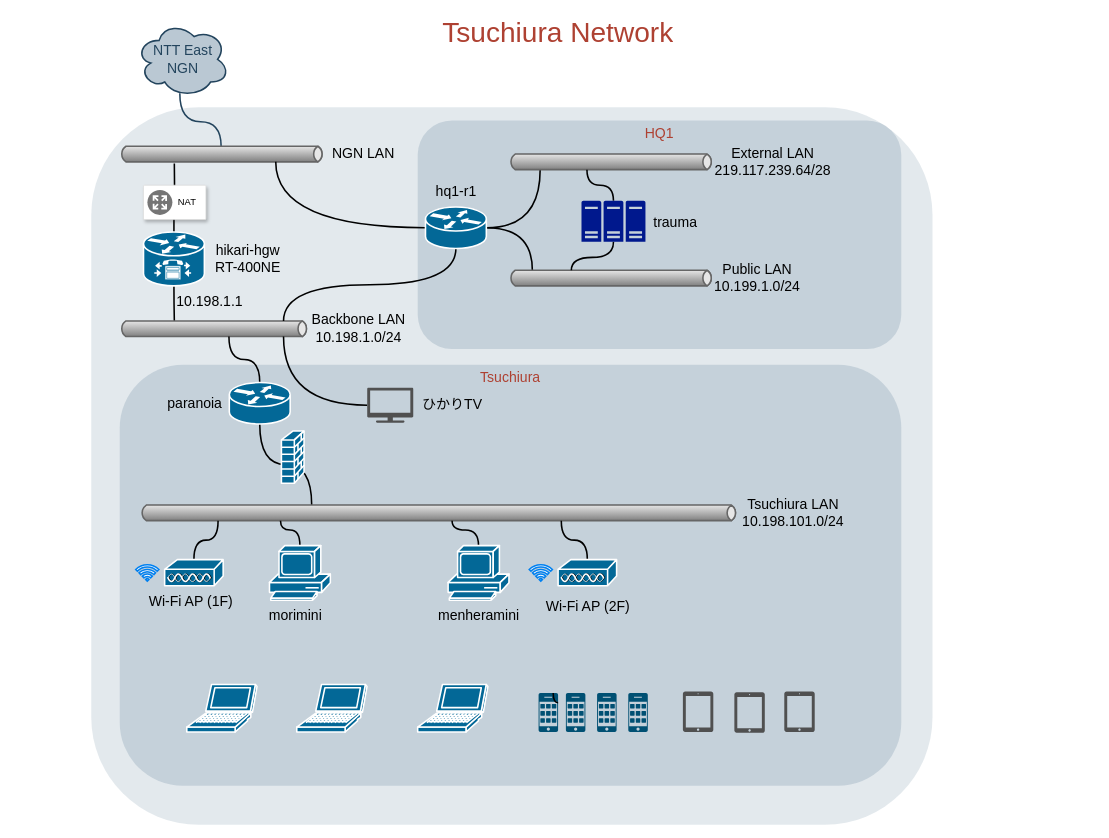
This is networking/Untitled Diagram.drawio from metastable-void/diagrams.net, a draw.io file, before an edit. Source tidied: cells renumbered, new cells numbered last; positions are measured from the earlier drawing's top-left corner, leaving out a move shared by most shapes. Both pictures are drawn from the tidied source at 78%, with x=0, y=0 at pixel (20, 13).
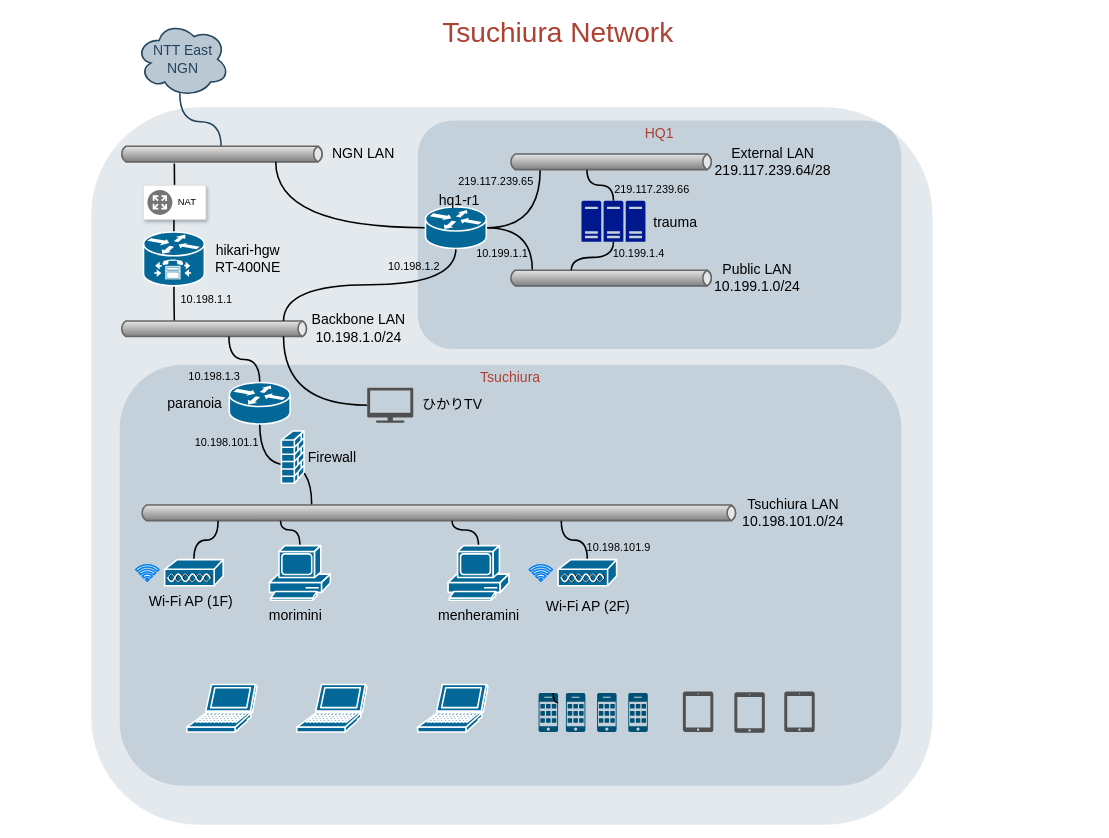
Above is the later version.

What changed in the source:
```diff
@@
     <mxCell id="35" value="hq1-r1" style="text;html=1;align=center;verticalAlign=middle;fillColor=none;strokeColor=none;rounded=0;fontSize=18;" parent="1" vertex="1">
-      <mxGeometry x="519" y="208" width="80" height="40" as="geometry" />
+      <mxGeometry x="523" y="220" width="80" height="40" as="geometry" />
     </mxCell>
@@
-    <mxCell id="42" value="10.198.1.1" style="text;html=1;align=center;verticalAlign=middle;fillColor=none;strokeColor=none;rounded=0;fontSize=18;" parent="1" vertex="1">
-      <mxGeometry x="188.1" y="349" width="110" height="40" as="geometry" />
+    <mxCell id="42" value="&lt;font style=&quot;font-size: 14px;&quot;&gt;10.198.1.1&lt;/font&gt;" style="text;html=1;align=center;verticalAlign=middle;fillColor=none;strokeColor=none;rounded=0;fontSize=18;" parent="1" vertex="1">
+      <mxGeometry x="194" y="344.5" width="90" height="40" as="geometry" />
     </mxCell>
@@
+    <mxCell id="69" value="Firewall" style="text;html=1;align=center;verticalAlign=middle;fillColor=none;strokeColor=none;rounded=0;fontSize=18;" parent="1" vertex="1">
+      <mxGeometry x="355.3" y="548.5" width="90" height="40" as="geometry" />
+    </mxCell>
+    <mxCell id="70" value="10.198.101.9" style="text;whiteSpace=wrap;html=1;fontSize=14;" parent="1" vertex="1">
+      <mxGeometry x="725" y="670" width="90" height="30" as="geometry" />
+    </mxCell>
+    <mxCell id="71" value="10.198.1.3" style="text;html=1;align=center;verticalAlign=middle;fillColor=none;strokeColor=none;rounded=0;fontSize=14;" parent="1" vertex="1">
+      <mxGeometry x="204" y="450" width="90" height="30" as="geometry" />
+    </mxCell>
+    <mxCell id="72" value="10.198.101.1" style="text;html=1;align=center;verticalAlign=middle;fillColor=none;strokeColor=none;rounded=0;fontSize=14;" parent="1" vertex="1">
+      <mxGeometry x="210" y="535" width="110" height="30" as="geometry" />
+    </mxCell>
+    <mxCell id="73" value="10.198.1.2" style="text;html=1;align=center;verticalAlign=middle;fillColor=none;strokeColor=none;rounded=0;fontSize=14;" parent="1" vertex="1">
+      <mxGeometry x="460" y="309" width="90" height="30" as="geometry" />
+    </mxCell>
+    <mxCell id="74" value="10.199.1.1" style="text;html=1;align=center;verticalAlign=middle;fillColor=none;strokeColor=none;rounded=0;fontSize=14;" parent="1" vertex="1">
+      <mxGeometry x="572.5" y="292.5" width="90" height="30" as="geometry" />
+    </mxCell>
+    <mxCell id="75" value="10.199.1.4" style="text;html=1;align=center;verticalAlign=middle;fillColor=none;strokeColor=none;rounded=0;fontSize=14;" parent="1" vertex="1">
+      <mxGeometry x="747.5" y="292.5" width="90" height="30" as="geometry" />
+    </mxCell>
+    <mxCell id="76" value="219.117.239.65" style="text;html=1;align=center;verticalAlign=middle;fillColor=none;strokeColor=none;rounded=0;fontSize=14;" parent="1" vertex="1">
+      <mxGeometry x="550" y="200" width="120" height="30" as="geometry" />
+    </mxCell>
+    <mxCell id="77" value="219.117.239.66" style="text;html=1;align=center;verticalAlign=middle;fillColor=none;strokeColor=none;rounded=0;fontSize=14;" parent="1" vertex="1">
+      <mxGeometry x="750" y="210" width="120" height="30" as="geometry" />
+    </mxCell>
```
